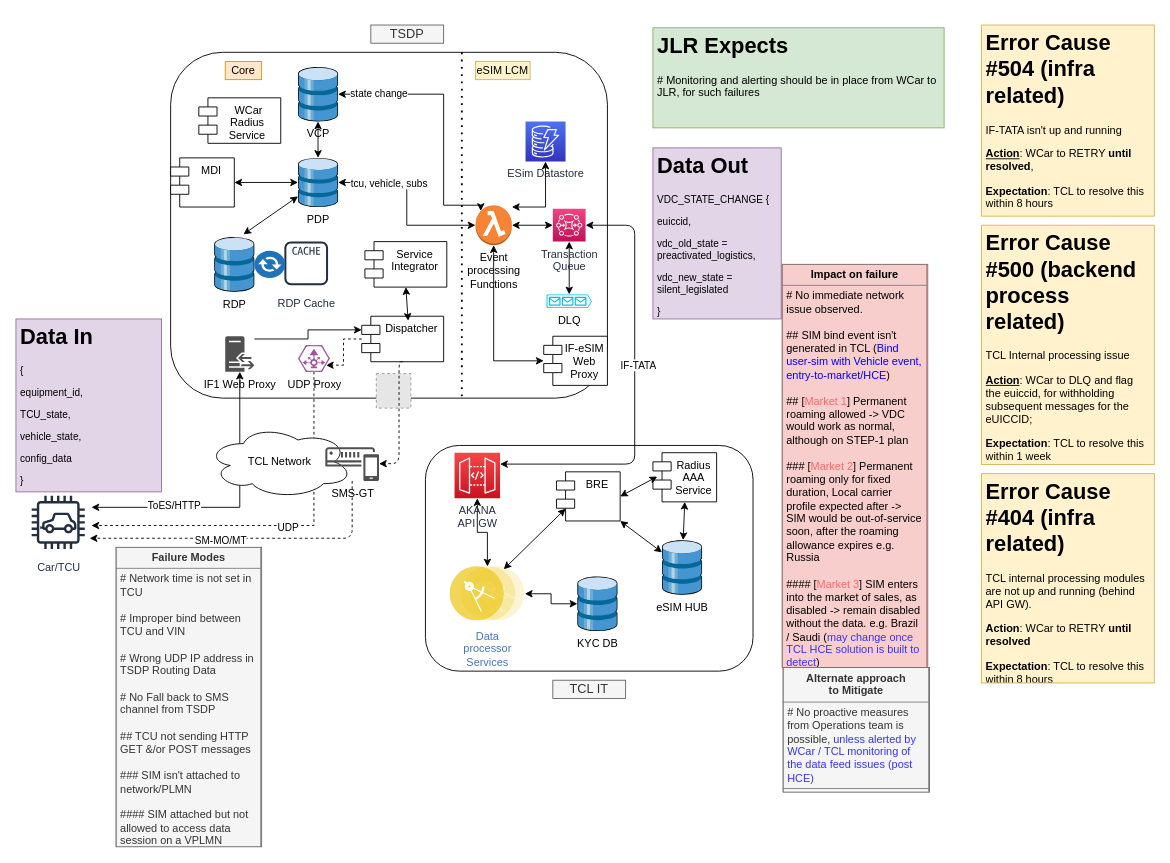
The draw.io diagram page "Port of Entry - PDI" (6 of 12) of src/main/resources/VDC_eSIM_dataflow_WC_TCL.drawio in subhachat/CodeKata, before the edit. Source tidied: cells renumbered, new cells numbered last; positions are measured from the earlier drawing's top-left corner, leaving out a move shared by most shapes. Both pictures are drawn from the tidied source at 91%, with x=0, y=0 at pixel (15, 25). Pictures stored in the file or linked from it are replaced by grey dashed boxes.
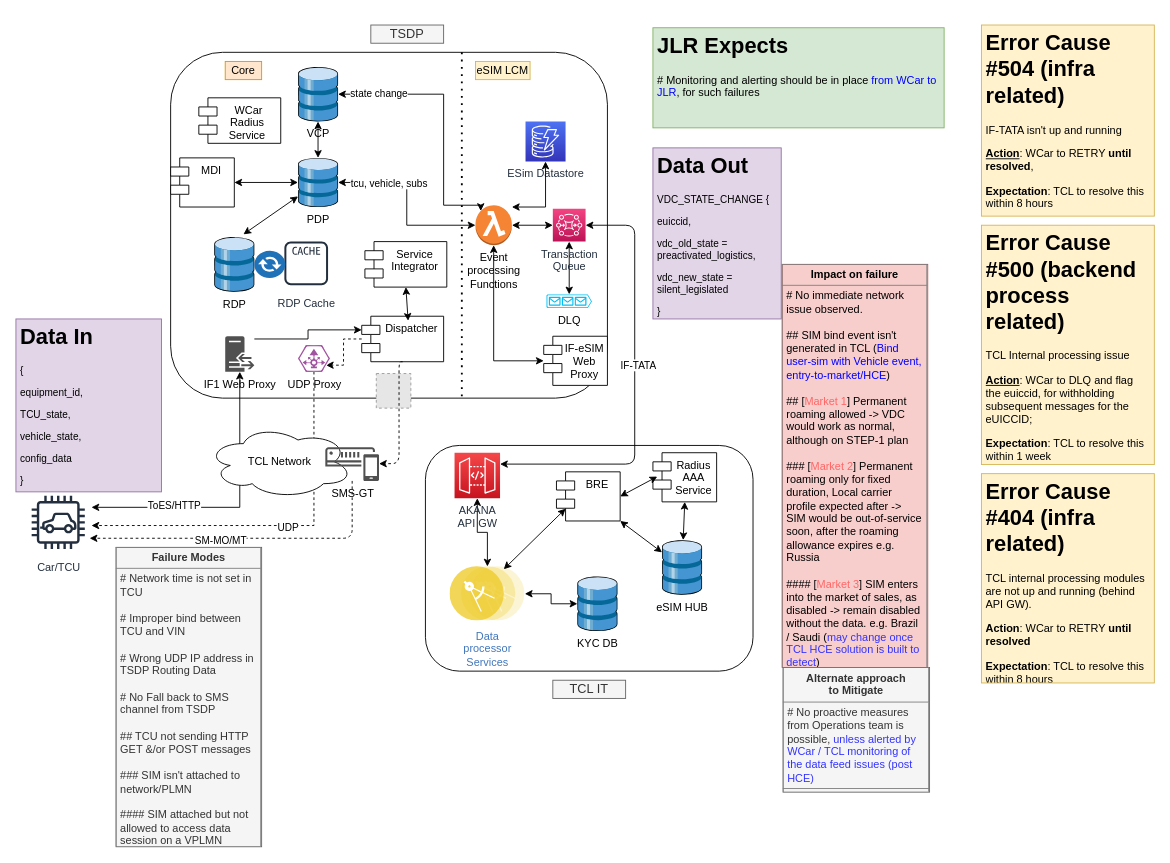
After the change.

Change to the diagram source:
```diff
@@
-    <mxCell id="67" value="&lt;h1&gt;JLR Expects&lt;/h1&gt;&lt;p&gt;# Monitoring and alerting should be in place from WCar to JLR, for such failures&lt;br&gt;&lt;/p&gt;" style="text;html=1;strokeColor=#82b366;fillColor=#d5e8d4;spacing=5;spacingTop=-20;whiteSpace=wrap;overflow=hidden;rounded=0;" parent="1" vertex="1">
+    <mxCell id="67" value="&lt;h1&gt;JLR Expects&lt;/h1&gt;&lt;p&gt;# Monitoring and alerting should be in place &lt;font color=&quot;#0000ff&quot;&gt;from WCar to JLR&lt;/font&gt;, for such failures&lt;br&gt;&lt;/p&gt;" style="text;html=1;strokeColor=#82b366;fillColor=#d5e8d4;spacing=5;spacingTop=-20;whiteSpace=wrap;overflow=hidden;rounded=0;" parent="1" vertex="1">
       <mxGeometry x="700" y="3" width="320" height="110" as="geometry" />
     </mxCell>
```
